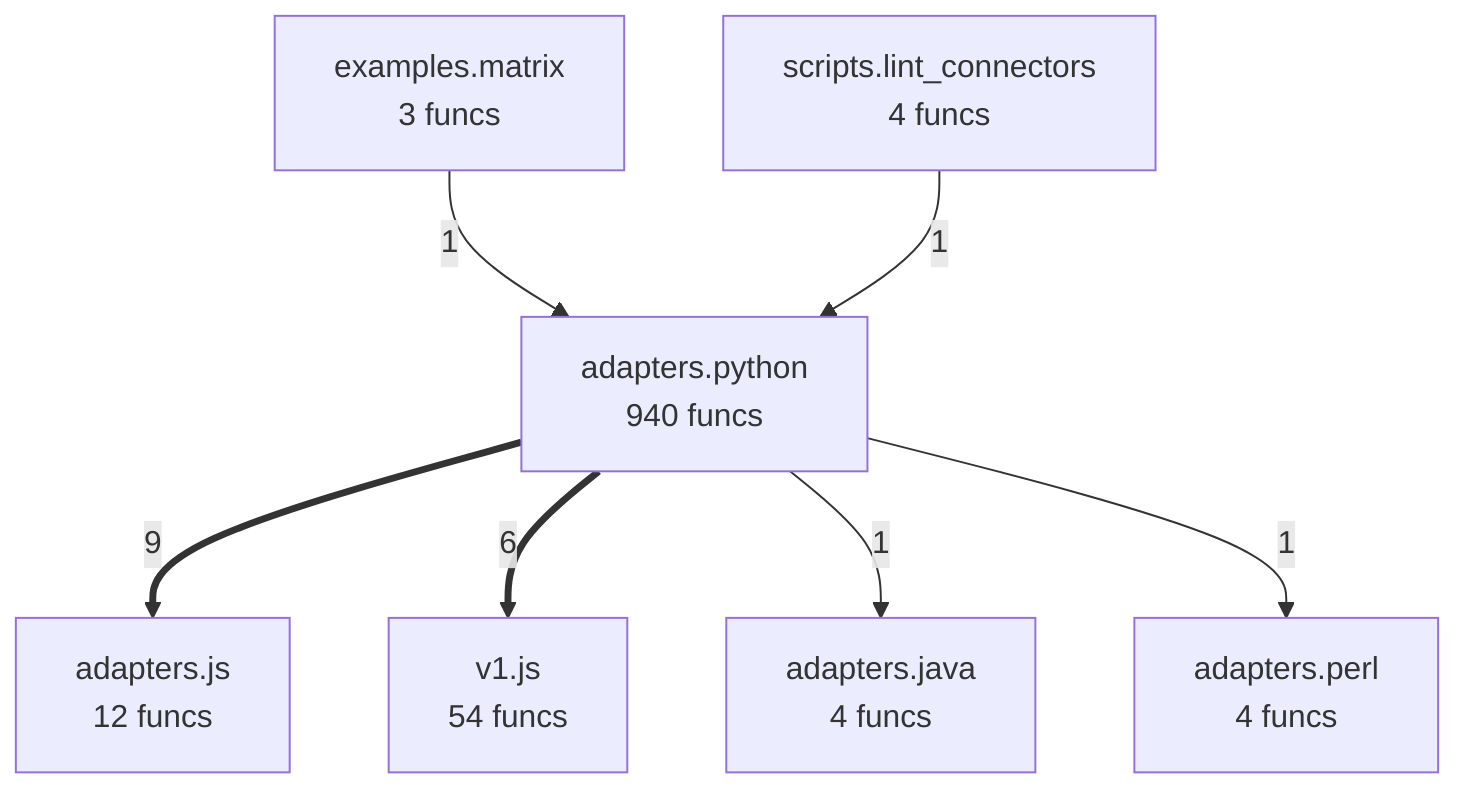
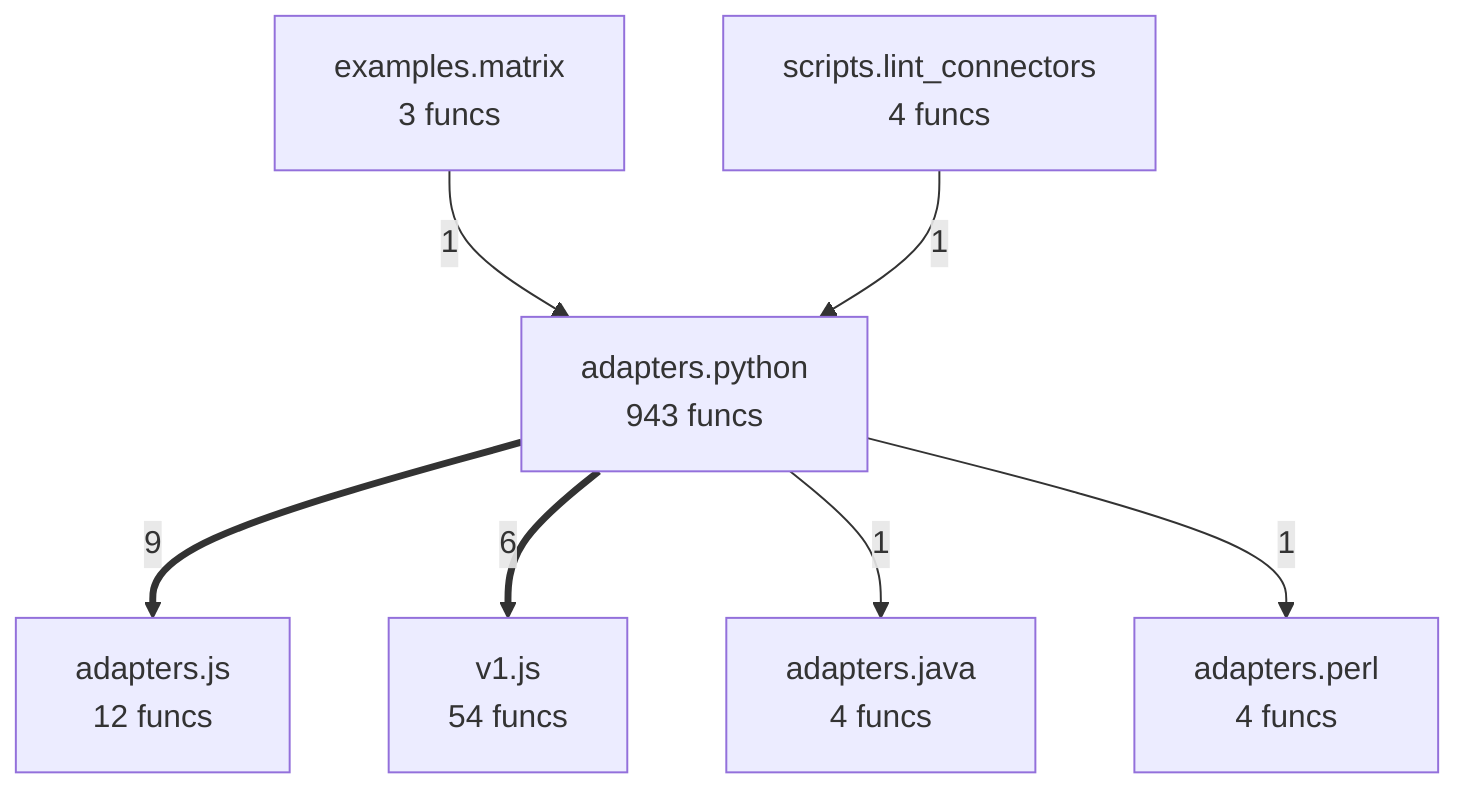
flowchart TD
%% generated in 0.02s
    adapters__java["adapters.java<br/>4 funcs"]
    adapters__js["adapters.js<br/>12 funcs"]
    adapters__perl["adapters.perl<br/>4 funcs"]
-     adapters__python["adapters.python<br/>940 funcs"]
+     adapters__python["adapters.python<br/>943 funcs"]
    examples__matrix["examples.matrix<br/>3 funcs"]
    scripts__lint_connectors["scripts.lint_connectors<br/>4 funcs"]
    v1__js["v1.js<br/>54 funcs"]
    adapters__python ==>|9| adapters__js
    adapters__python ==>|6| v1__js
    examples__matrix -->|1| adapters__python
    scripts__lint_connectors -->|1| adapters__python
    adapters__python -->|1| adapters__java
    adapters__python -->|1| adapters__perl
